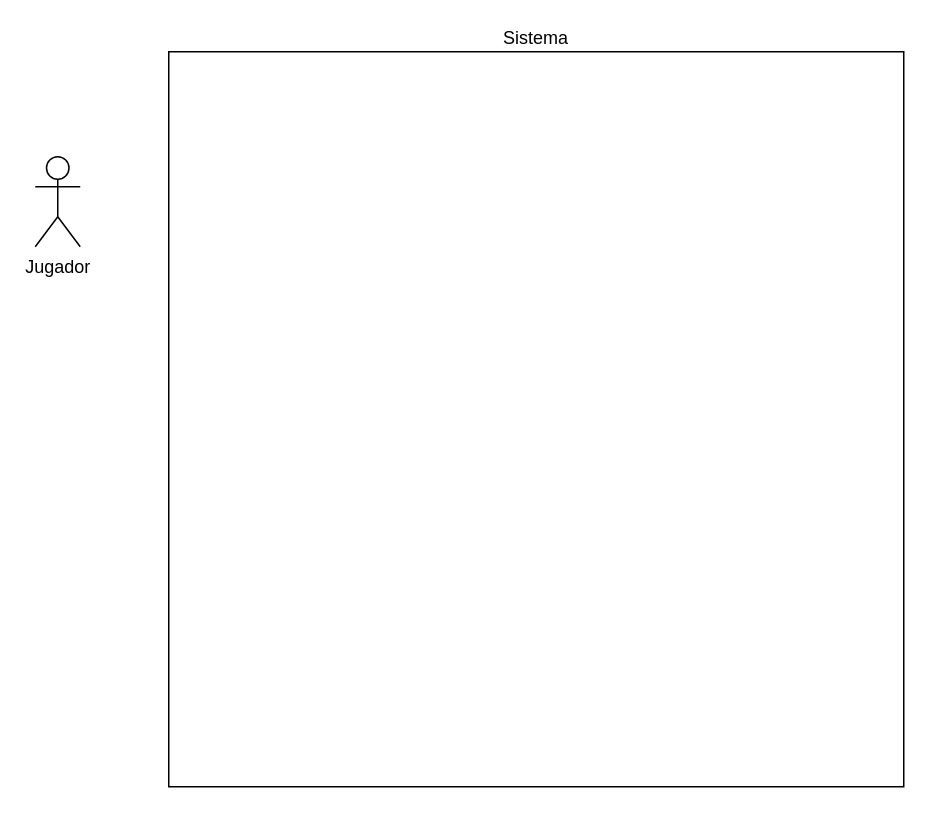
This is DiagramaCasosDeUso.drawio from RenatoAtencio/ProyectoArquitecturaDeSoftware, a draw.io file, before an edit. Source tidied: cells renumbered, new cells numbered last; positions are measured from the earlier drawing's top-left corner, leaving out a move shared by most shapes. Both pictures are drawn from the tidied source at 150%, with x=0, y=0 at pixel (34, 51).
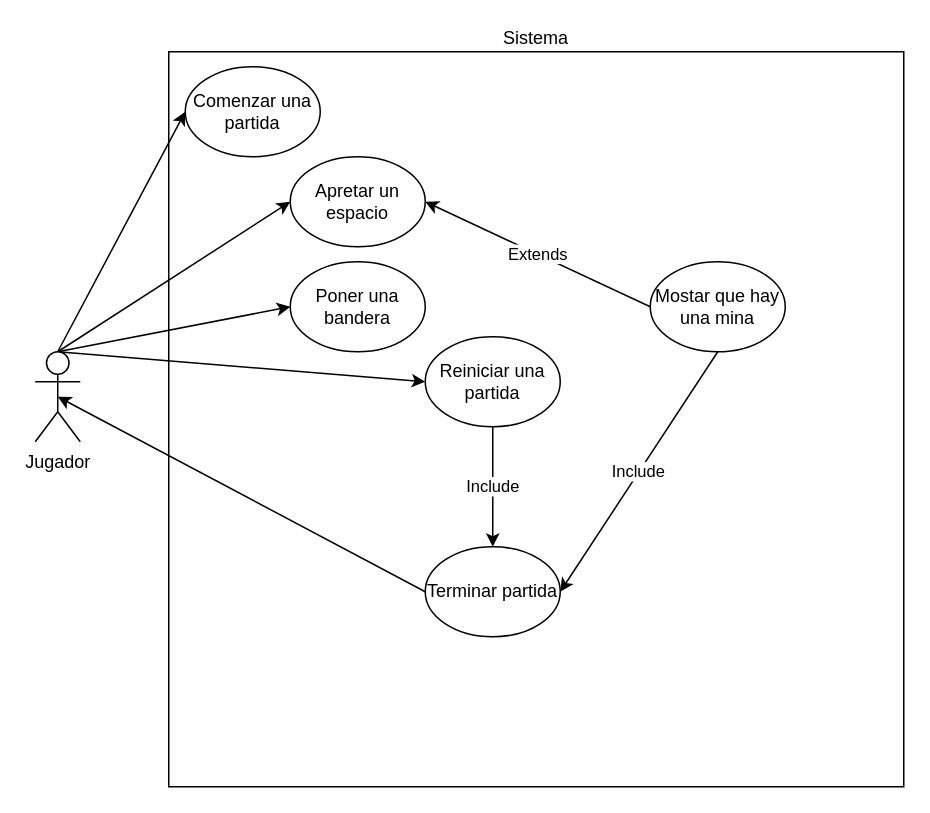
The same diagram, later.

Commit message:
Primera version del DCasosUso

The edit, as a diff of the source:
```diff
@@
 <mxGraphModel>
   <root>
     <mxCell id="0" />
     <mxCell id="1" parent="0" />
     <mxCell id="2" value="Sistema" style="whiteSpace=wrap;html=1;labelPosition=center;verticalLabelPosition=top;align=center;verticalAlign=bottom;" parent="1" vertex="1">
       <mxGeometry x="89" width="490" height="490" as="geometry" />
     </mxCell>
+    <mxCell id="4" style="edgeStyle=none;html=1;exitX=0.5;exitY=0;exitDx=0;exitDy=0;exitPerimeter=0;entryX=0;entryY=0.5;entryDx=0;entryDy=0;" parent="1" edge="1" source="3" target="10">
+      <mxGeometry relative="1" as="geometry" />
+    </mxCell>
+    <mxCell id="5" style="edgeStyle=none;html=1;exitX=0.5;exitY=0;exitDx=0;exitDy=0;exitPerimeter=0;entryX=0;entryY=0.5;entryDx=0;entryDy=0;" parent="1" edge="1" source="3" target="12">
+      <mxGeometry relative="1" as="geometry" />
+    </mxCell>
+    <mxCell id="6" style="edgeStyle=none;html=1;exitX=0.5;exitY=0;exitDx=0;exitDy=0;exitPerimeter=0;entryX=0;entryY=0.5;entryDx=0;entryDy=0;" parent="1" edge="1" source="3" target="8">
+      <mxGeometry relative="1" as="geometry" />
+    </mxCell>
+    <mxCell id="7" style="edgeStyle=none;html=1;exitX=0.5;exitY=0;exitDx=0;exitDy=0;exitPerimeter=0;entryX=0;entryY=0.5;entryDx=0;entryDy=0;" parent="1" edge="1" source="3" target="11">
+      <mxGeometry relative="1" as="geometry" />
+    </mxCell>
     <mxCell id="3" value="Jugador" style="shape=umlActor;verticalLabelPosition=bottom;verticalAlign=top;html=1;outlineConnect=0;" parent="1" vertex="1">
-      <mxGeometry y="70" width="30" height="60" as="geometry" />
+      <mxGeometry y="200" width="30" height="60" as="geometry" />
     </mxCell>
+    <mxCell id="8" value="Comenzar una partida" style="ellipse;whiteSpace=wrap;html=1;" parent="1" vertex="1">
+      <mxGeometry x="100" y="10" width="90" height="60" as="geometry" />
+    </mxCell>
+    <mxCell id="9" value="Include" style="edgeStyle=none;html=1;exitX=0.5;exitY=1;exitDx=0;exitDy=0;entryX=0.5;entryY=0;entryDx=0;entryDy=0;" parent="1" edge="1" source="10" target="17">
+      <mxGeometry relative="1" as="geometry" />
+    </mxCell>
+    <mxCell id="10" value="Reiniciar una partida" style="ellipse;whiteSpace=wrap;html=1;" parent="1" vertex="1">
+      <mxGeometry x="260" y="190" width="90" height="60" as="geometry" />
+    </mxCell>
+    <mxCell id="11" value="Apretar un espacio" style="ellipse;whiteSpace=wrap;html=1;" parent="1" vertex="1">
+      <mxGeometry x="170" y="70" width="90" height="60" as="geometry" />
+    </mxCell>
+    <mxCell id="12" value="Poner una bandera" style="ellipse;whiteSpace=wrap;html=1;" parent="1" vertex="1">
+      <mxGeometry x="170" y="140" width="90" height="60" as="geometry" />
+    </mxCell>
+    <mxCell id="13" value="Include" style="edgeStyle=none;html=1;exitX=0.5;exitY=1;exitDx=0;exitDy=0;entryX=1;entryY=0.5;entryDx=0;entryDy=0;" parent="1" edge="1" source="15" target="17">
+      <mxGeometry relative="1" as="geometry" />
+    </mxCell>
+    <mxCell id="14" value="Extends" style="edgeStyle=none;html=1;exitX=0;exitY=0.5;exitDx=0;exitDy=0;entryX=1;entryY=0.5;entryDx=0;entryDy=0;" parent="1" edge="1" source="15" target="11">
+      <mxGeometry relative="1" as="geometry" />
+    </mxCell>
+    <mxCell id="15" value="Mostar que hay una mina" style="ellipse;whiteSpace=wrap;html=1;" parent="1" vertex="1">
+      <mxGeometry x="410" y="140" width="90" height="60" as="geometry" />
+    </mxCell>
+    <mxCell id="16" style="edgeStyle=none;html=1;exitX=0;exitY=0.5;exitDx=0;exitDy=0;entryX=0.5;entryY=0.5;entryDx=0;entryDy=0;entryPerimeter=0;" parent="1" edge="1" source="17" target="3">
+      <mxGeometry relative="1" as="geometry" />
+    </mxCell>
+    <mxCell id="17" value="Terminar partida" style="ellipse;whiteSpace=wrap;html=1;" parent="1" vertex="1">
+      <mxGeometry x="260" y="330" width="90" height="60" as="geometry" />
+    </mxCell>
   </root>
 </mxGraphModel>
```
